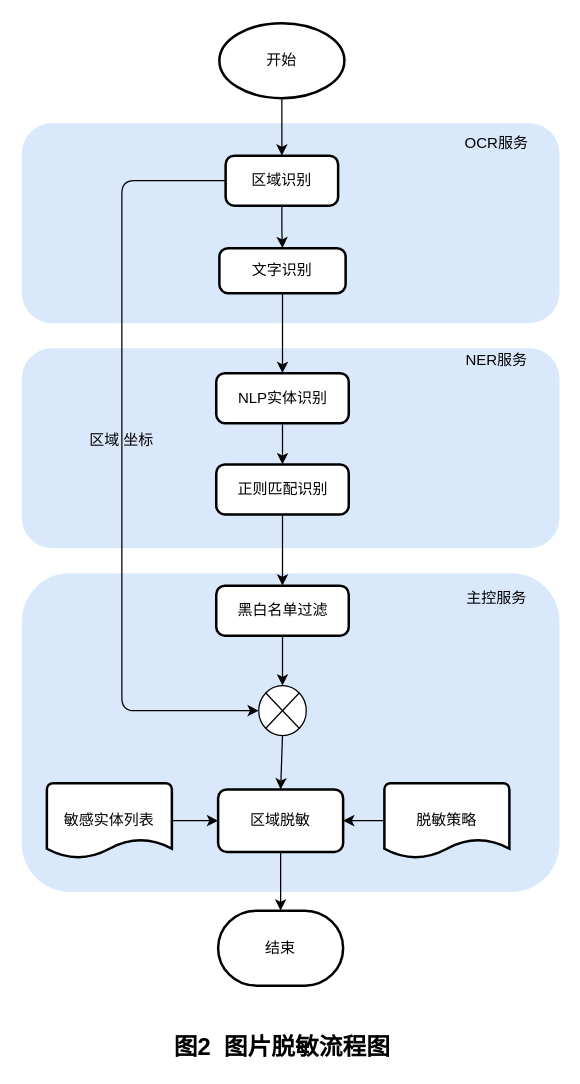
Above: mask_grogress.drawio in mysuochao/diagram (draw.io), before the change. Source tidied: cells renumbered, new cells numbered last; positions are measured from the earlier drawing's top-left corner, leaving out a move shared by most shapes. Both pictures are drawn from the tidied source at 125%, with x=0, y=0 at pixel (21, 22).
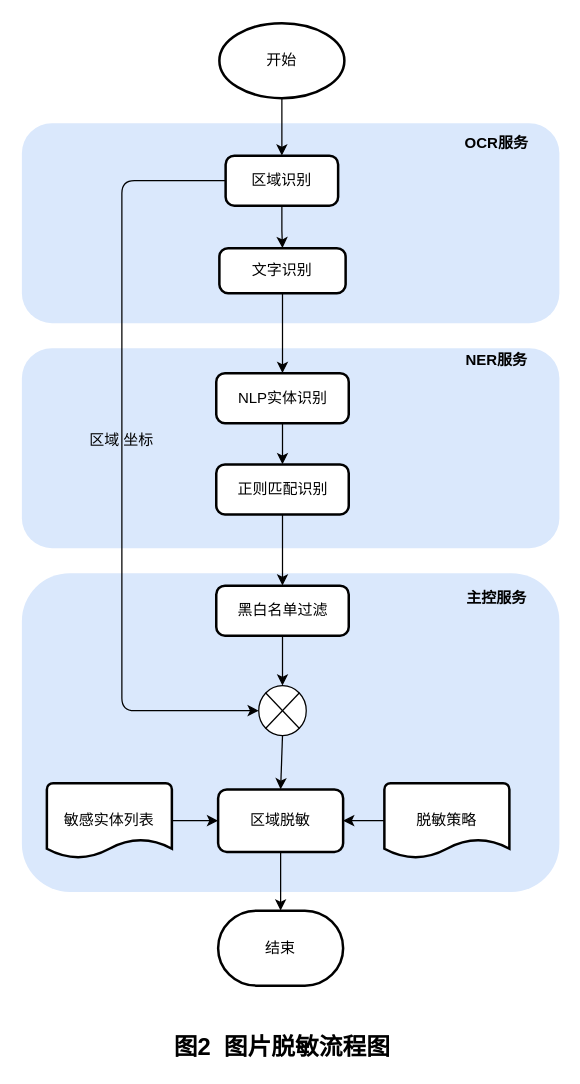
The same page after the edit.

The edit, as a diff of the source:
```diff
@@
-    <mxCell id="28" value="OCR服务" style="text;html=1;strokeColor=none;fillColor=none;align=center;verticalAlign=middle;whiteSpace=wrap;rounded=0;dashed=1;" parent="1" vertex="1">
+    <mxCell id="28" value="OCR服务" style="text;html=1;strokeColor=none;fillColor=none;align=center;verticalAlign=middle;whiteSpace=wrap;rounded=0;dashed=1;fontStyle=1;" parent="1" vertex="1">
       <mxGeometry x="350" y="86" width="60" height="20" as="geometry" />
     </mxCell>
-    <mxCell id="29" value="NER服务" style="text;html=1;strokeColor=none;fillColor=none;align=center;verticalAlign=middle;whiteSpace=wrap;rounded=0;dashed=1;" parent="1" vertex="1">
+    <mxCell id="29" value="NER服务" style="text;html=1;strokeColor=none;fillColor=none;align=center;verticalAlign=middle;whiteSpace=wrap;rounded=0;dashed=1;fontStyle=1;" parent="1" vertex="1">
       <mxGeometry x="350" y="260" width="60" height="20" as="geometry" />
     </mxCell>
-    <mxCell id="30" value="主控服务" style="text;html=1;strokeColor=none;fillColor=none;align=center;verticalAlign=middle;whiteSpace=wrap;rounded=0;dashed=1;" parent="1" vertex="1">
+    <mxCell id="30" value="主控服务" style="text;html=1;strokeColor=none;fillColor=none;align=center;verticalAlign=middle;whiteSpace=wrap;rounded=0;dashed=1;fontStyle=1;" parent="1" vertex="1">
       <mxGeometry x="350" y="450" width="60" height="20" as="geometry" />
     </mxCell>
```
